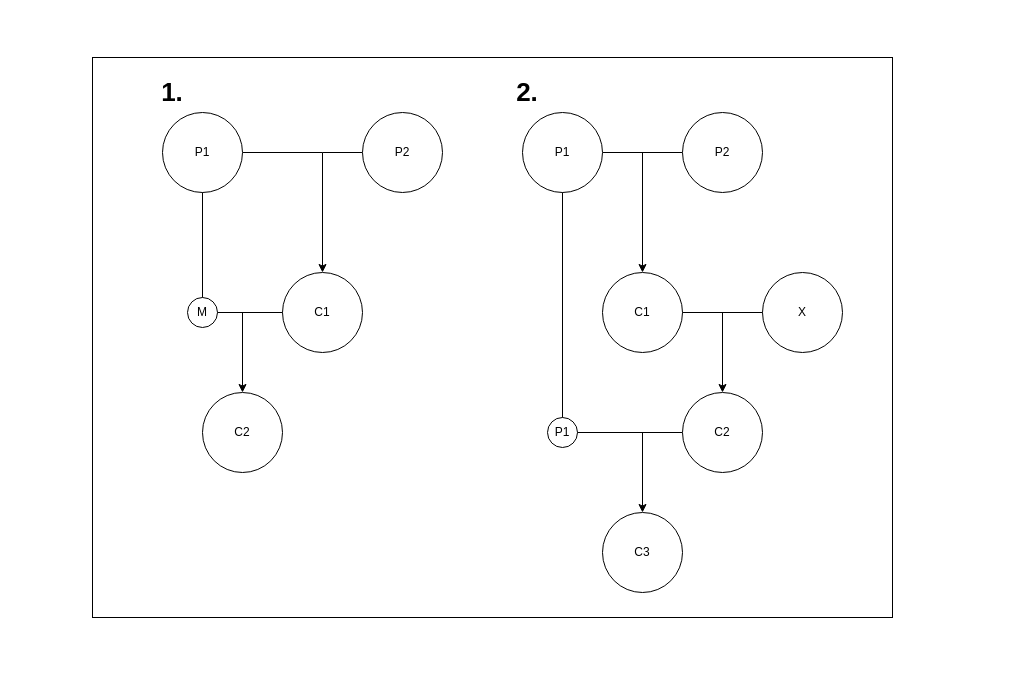
This is page "Page-1" (1 of 4) of posts/post-84/images/incest.drawio from urpylka/notes, a draw.io file, before an edit. Source tidied: cells renumbered, new cells numbered last; positions are measured from the earlier drawing's top-left corner, leaving out a move shared by most shapes. Both pictures are drawn from the tidied source at 100%, with x=0, y=0 at pixel (92, 57).
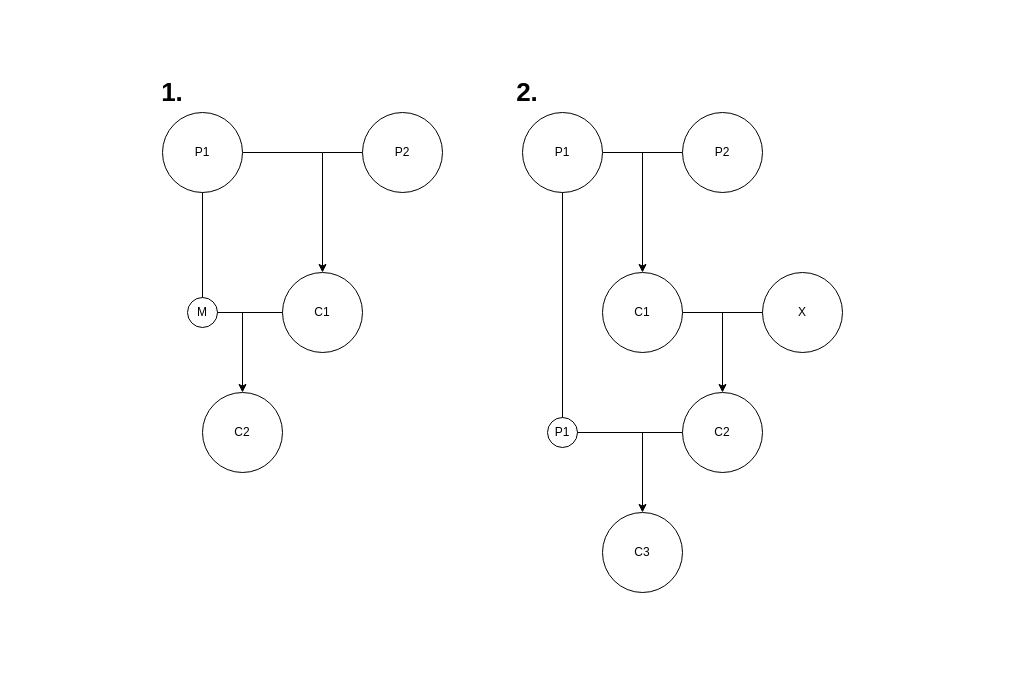
After the change.

Diff of the diagram source:
```diff
@@
-    <mxCell id="2" style="rounded=0;whiteSpace=wrap;html=1;" parent="1" vertex="1">
-      <mxGeometry width="800" height="560" as="geometry" />
+    <mxCell id="2" style="rounded=0;whiteSpace=wrap;html=1;strokeColor=none;" parent="1" vertex="1">
+      <mxGeometry x="-75" y="-40" width="990" height="640" as="geometry" />
     </mxCell>
```
